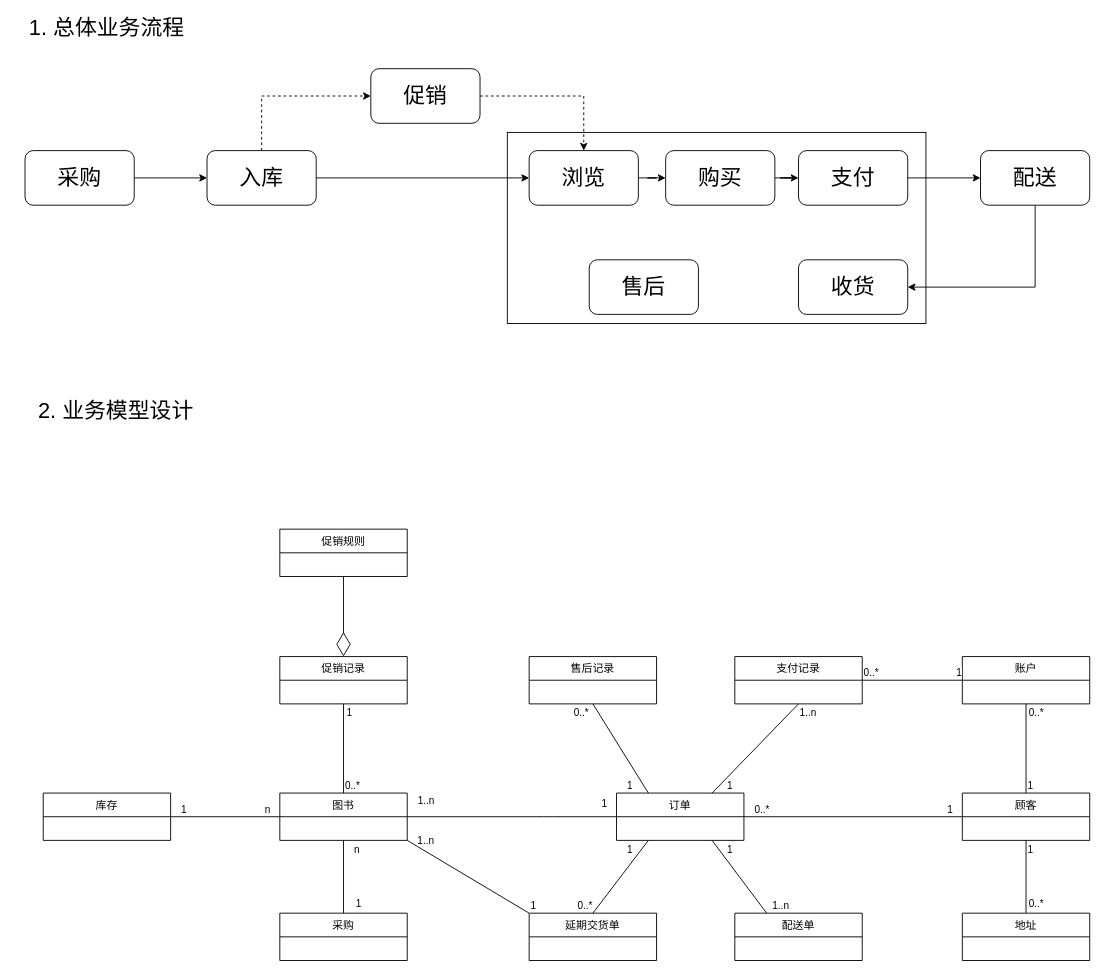
Above: page "在线电子书店 v0.2" (4 of 4) of 教育部问卷系统 Diagram.drawio in TinlerLin/nd.exercises (draw.io), before the change. Source tidied: cells renumbered, new cells numbered last; positions are measured from the earlier drawing's top-left corner, leaving out a move shared by most shapes. Both pictures are drawn from the tidied source at 91%, with x=0, y=0 at pixel (15, 19).
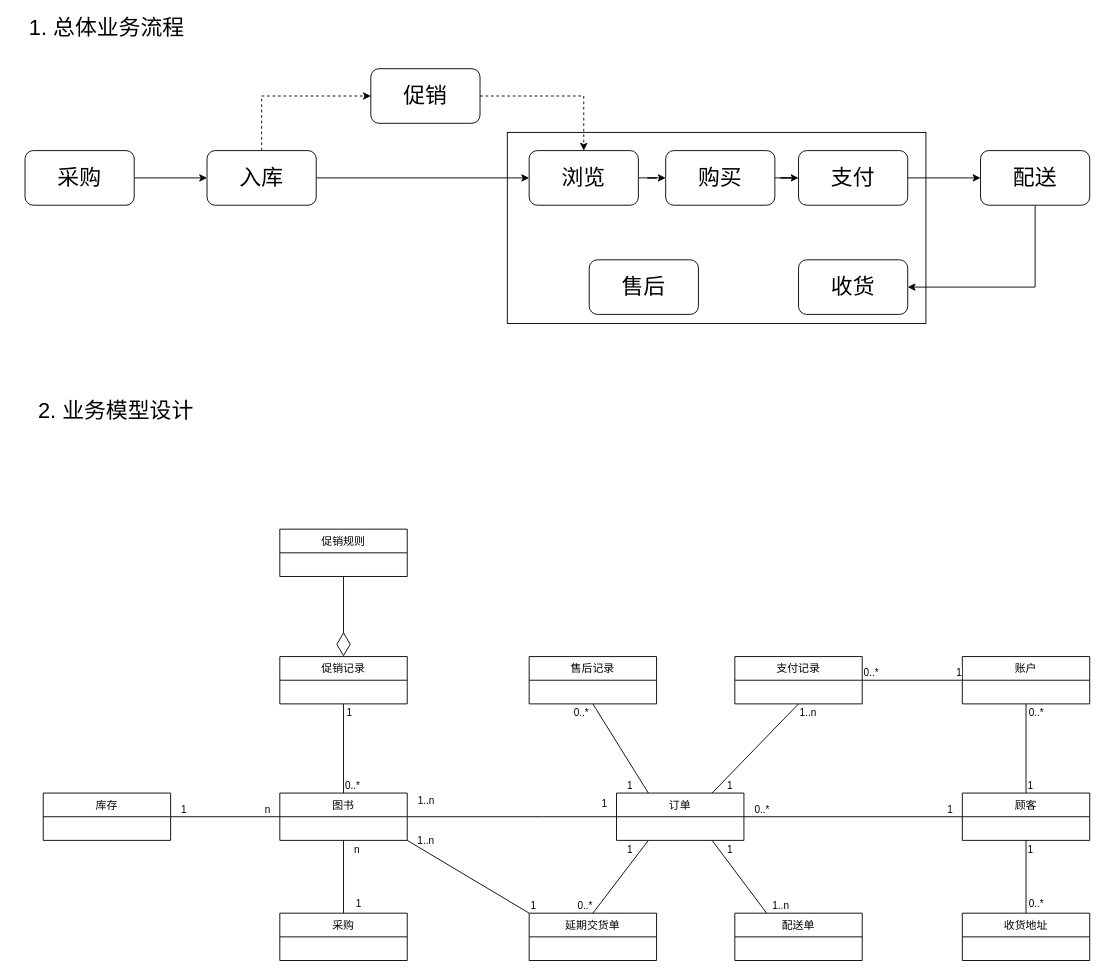
After the change.

Commit message:
Update 教育部问卷系统 Diagram.drawio

What changed in the source:
```diff
@@
-    <mxCell id="4" value="地址" style="swimlane;fontStyle=0;horizontal=1;startSize=26;fillColor=none;" parent="1" vertex="1">
+    <mxCell id="4" value="收货地址" style="swimlane;fontStyle=0;horizontal=1;startSize=26;fillColor=none;" parent="1" vertex="1">
       <mxGeometry x="1040" y="982" width="140" height="52" as="geometry" />
     </mxCell>
```
